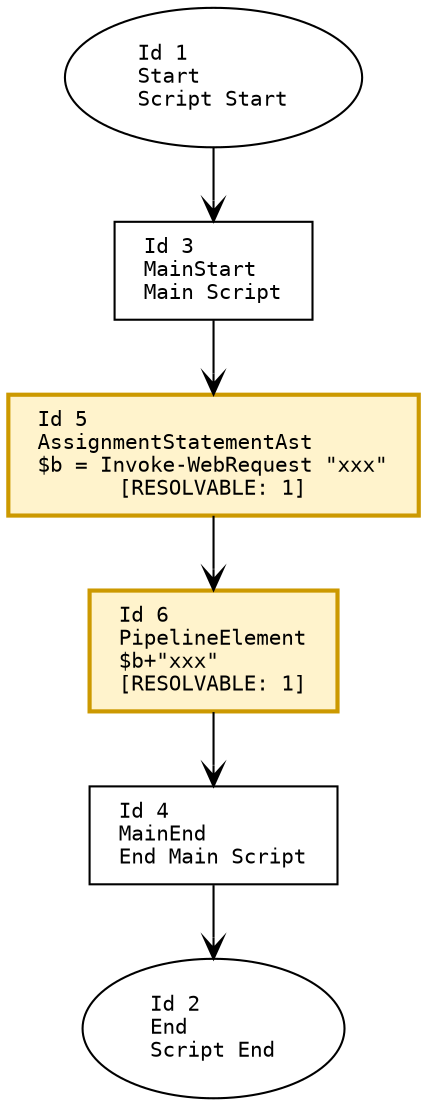
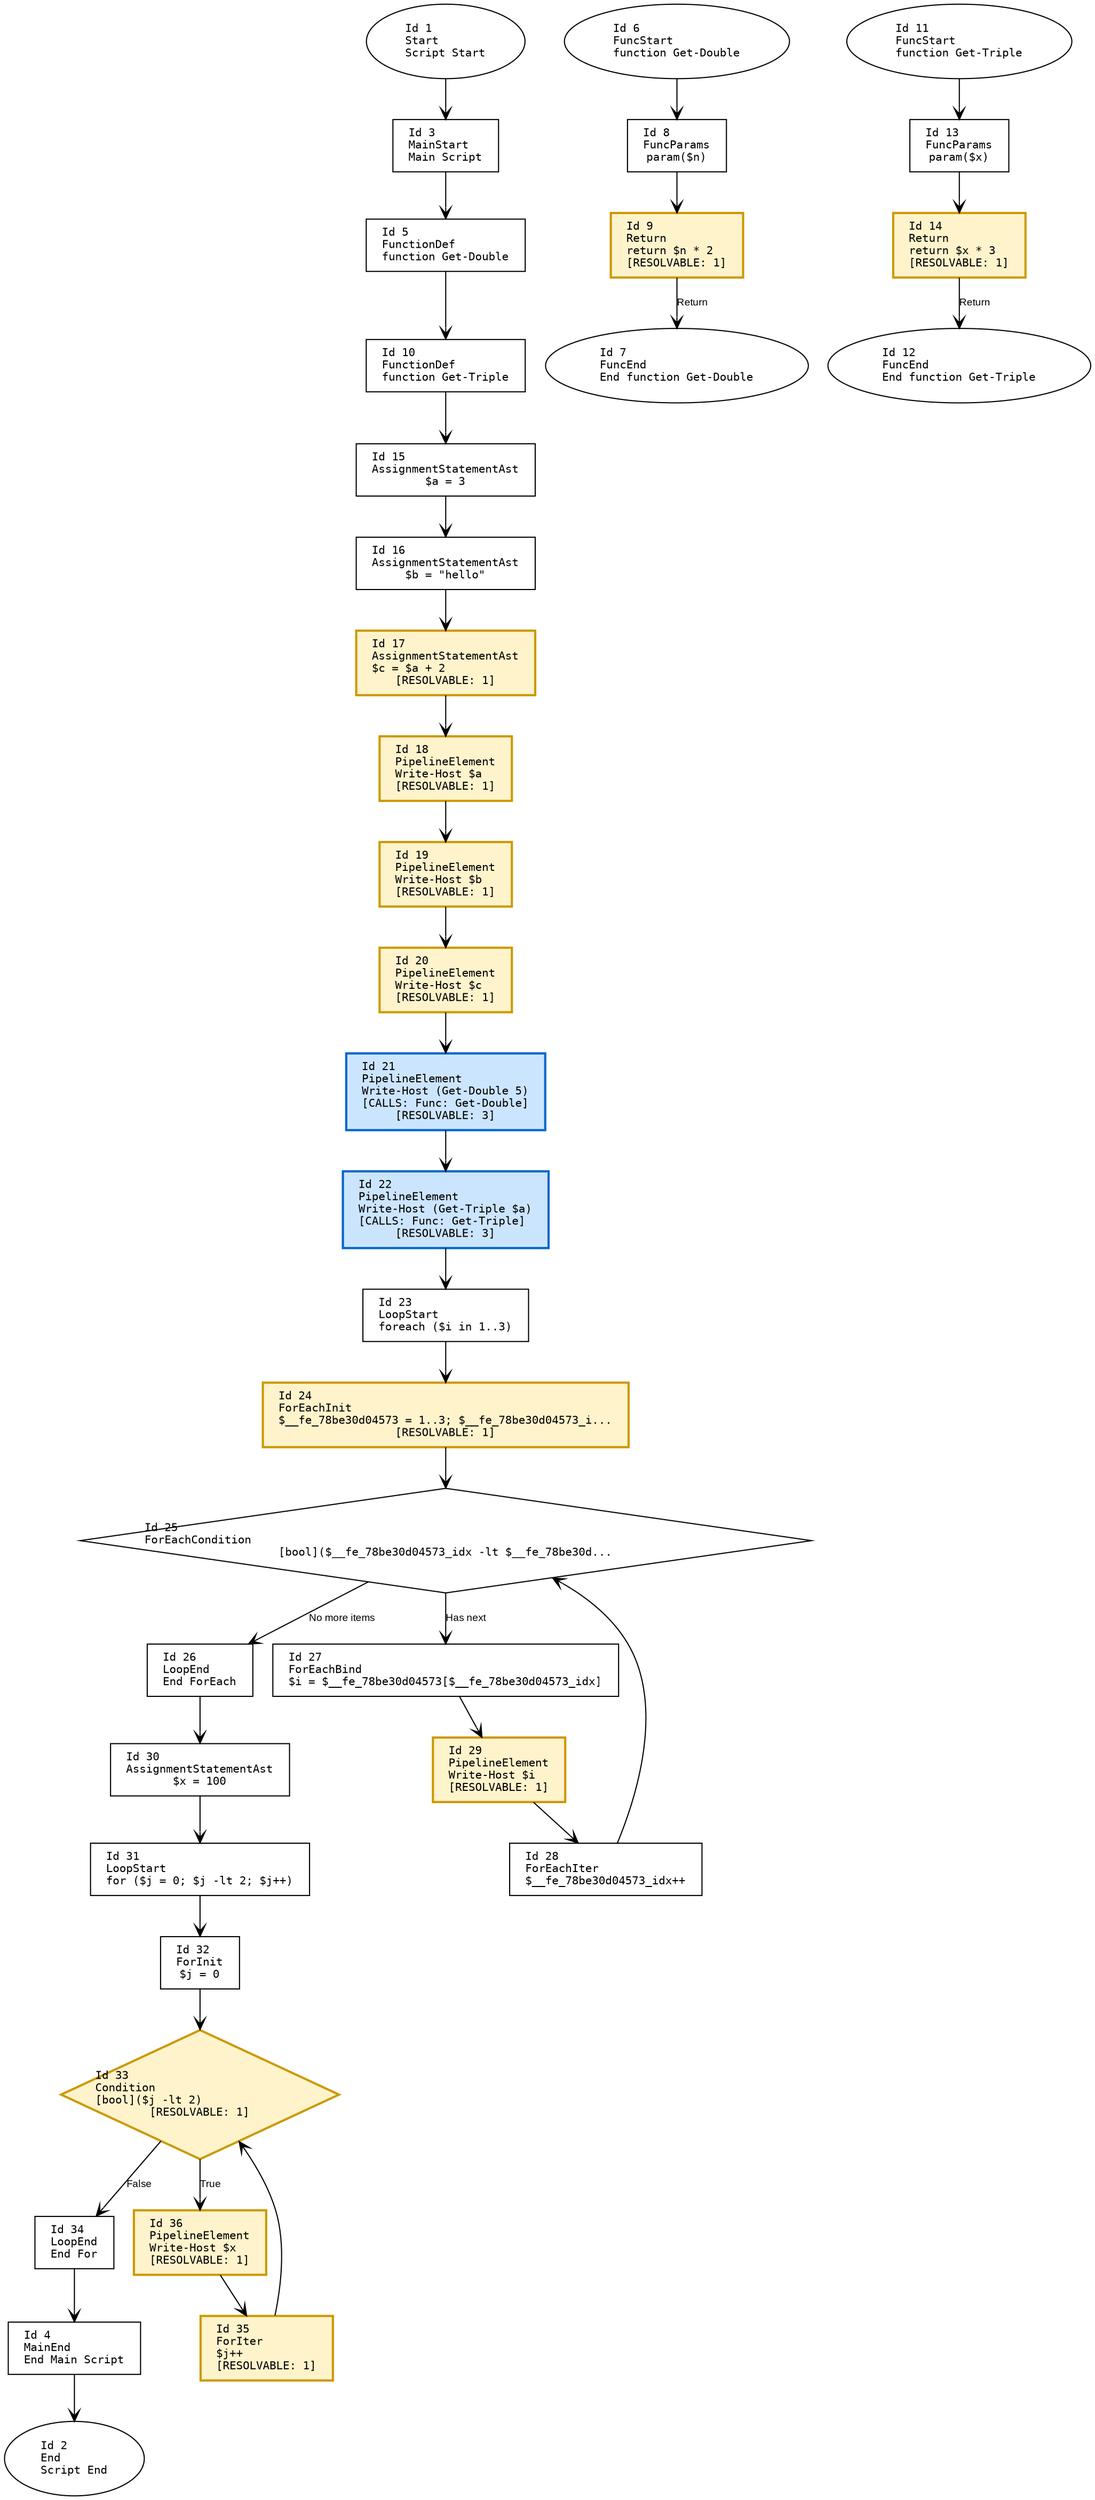
digraph G {
    rankdir=TB;
    node [
        fontname="Consolas"
        shape=box
        width=0
        height=0
        margin="0.2,0.1"
        fontsize=10
    ];
    edge [fontname="Arial", arrowhead=vee, fontsize=9];

    // Nodes
    1 [label="Id 1\lStart\lScript Start", shape=oval];
    2 [label="Id 2\lEnd\lScript End", shape=oval];
    3 [label="Id 3\lMainStart\lMain Script", shape=box];
    4 [label="Id 4\lMainEnd\lEnd Main Script", shape=box];
-     5 [label="Id 5\lAssignmentStatementAst\l$b = Invoke-WebRequest \"xxx\"\l[RESOLVABLE: 1]", shape=box, style=filled, fillcolor="#fff3cc", color="#cc9900", penwidth=2];
-     6 [label="Id 6\lPipelineElement\l$b+\"xxx\"\l[RESOLVABLE: 1]", shape=box, style=filled, fillcolor="#fff3cc", color="#cc9900", penwidth=2];
+     5 [label="Id 5\lFunctionDef\lfunction Get-Double", shape=box];
+     6 [label="Id 6\lFuncStart\lfunction Get-Double", shape=oval];
+     7 [label="Id 7\lFuncEnd\lEnd function Get-Double", shape=oval];
+     8 [label="Id 8\lFuncParams\lparam($n)", shape=box];
+     9 [label="Id 9\lReturn\lreturn $n * 2\l[RESOLVABLE: 1]", shape=box, style=filled, fillcolor="#fff3cc", color="#cc9900", penwidth=2];
+     10 [label="Id 10\lFunctionDef\lfunction Get-Triple", shape=box];
+     11 [label="Id 11\lFuncStart\lfunction Get-Triple", shape=oval];
+     12 [label="Id 12\lFuncEnd\lEnd function Get-Triple", shape=oval];
+     13 [label="Id 13\lFuncParams\lparam($x)", shape=box];
+     14 [label="Id 14\lReturn\lreturn $x * 3\l[RESOLVABLE: 1]", shape=box, style=filled, fillcolor="#fff3cc", color="#cc9900", penwidth=2];
+     15 [label="Id 15\lAssignmentStatementAst\l$a = 3", shape=box];
+     16 [label="Id 16\lAssignmentStatementAst\l$b = \"hello\"", shape=box];
+     17 [label="Id 17\lAssignmentStatementAst\l$c = $a + 2\l[RESOLVABLE: 1]", shape=box, style=filled, fillcolor="#fff3cc", color="#cc9900", penwidth=2];
+     18 [label="Id 18\lPipelineElement\lWrite-Host $a\l[RESOLVABLE: 1]", shape=box, style=filled, fillcolor="#fff3cc", color="#cc9900", penwidth=2];
+     19 [label="Id 19\lPipelineElement\lWrite-Host $b\l[RESOLVABLE: 1]", shape=box, style=filled, fillcolor="#fff3cc", color="#cc9900", penwidth=2];
+     20 [label="Id 20\lPipelineElement\lWrite-Host $c\l[RESOLVABLE: 1]", shape=box, style=filled, fillcolor="#fff3cc", color="#cc9900", penwidth=2];
+     21 [label="Id 21\lPipelineElement\lWrite-Host (Get-Double 5)\l[CALLS: Func: Get-Double]\l[RESOLVABLE: 3]", shape=box, style=filled, fillcolor="#cce5ff", color="#0066cc", penwidth=2];
+     22 [label="Id 22\lPipelineElement\lWrite-Host (Get-Triple $a)\l[CALLS: Func: Get-Triple]\l[RESOLVABLE: 3]", shape=box, style=filled, fillcolor="#cce5ff", color="#0066cc", penwidth=2];
+     23 [label="Id 23\lLoopStart\lforeach ($i in 1..3)", shape=box];
+     24 [label="Id 24\lForEachInit\l$__fe_78be30d04573 = 1..3; $__fe_78be30d04573_i...\l[RESOLVABLE: 1]", shape=box, style=filled, fillcolor="#fff3cc", color="#cc9900", penwidth=2];
+     25 [label="Id 25\lForEachCondition\l[bool]($__fe_78be30d04573_idx -lt $__fe_78be30d...", shape=diamond];
+     26 [label="Id 26\lLoopEnd\lEnd ForEach", shape=box];
+     27 [label="Id 27\lForEachBind\l$i = $__fe_78be30d04573[$__fe_78be30d04573_idx]", shape=box];
+     28 [label="Id 28\lForEachIter\l$__fe_78be30d04573_idx++", shape=box];
+     29 [label="Id 29\lPipelineElement\lWrite-Host $i\l[RESOLVABLE: 1]", shape=box, style=filled, fillcolor="#fff3cc", color="#cc9900", penwidth=2];
+     30 [label="Id 30\lAssignmentStatementAst\l$x = 100", shape=box];
+     31 [label="Id 31\lLoopStart\lfor ($j = 0; $j -lt 2; $j++)", shape=box];
+     32 [label="Id 32\lForInit\l$j = 0", shape=box];
+     33 [label="Id 33\lCondition\l[bool]($j -lt 2)\l[RESOLVABLE: 1]", shape=diamond, style=filled, fillcolor="#fff3cc", color="#cc9900", penwidth=2];
+     34 [label="Id 34\lLoopEnd\lEnd For", shape=box];
+     35 [label="Id 35\lForIter\l$j++\l[RESOLVABLE: 1]", shape=box, style=filled, fillcolor="#fff3cc", color="#cc9900", penwidth=2];
+     36 [label="Id 36\lPipelineElement\lWrite-Host $x\l[RESOLVABLE: 1]", shape=box, style=filled, fillcolor="#fff3cc", color="#cc9900", penwidth=2];

    // Edges
    1 -> 3;
    3 -> 5;
-     5 -> 6;
-     6 -> 4;
+     6 -> 8;
+     8 -> 9;
+     9 -> 7 [label="Return"];
+     5 -> 10;
+     11 -> 13;
+     13 -> 14;
+     14 -> 12 [label="Return"];
+     10 -> 15;
+     15 -> 16;
+     16 -> 17;
+     17 -> 18;
+     18 -> 19;
+     19 -> 20;
+     20 -> 21;
+     21 -> 22;
+     22 -> 23;
+     23 -> 24;
+     24 -> 25;
+     25 -> 26 [label="No more items"];
+     25 -> 27 [label="Has next"];
+     28 -> 25;
+     27 -> 29;
+     29 -> 28;
+     26 -> 30;
+     30 -> 31;
+     31 -> 32;
+     32 -> 33;
+     33 -> 36 [label="True"];
+     36 -> 35;
+     35 -> 33;
+     33 -> 34 [label="False"];
+     34 -> 4;
    4 -> 2;
}